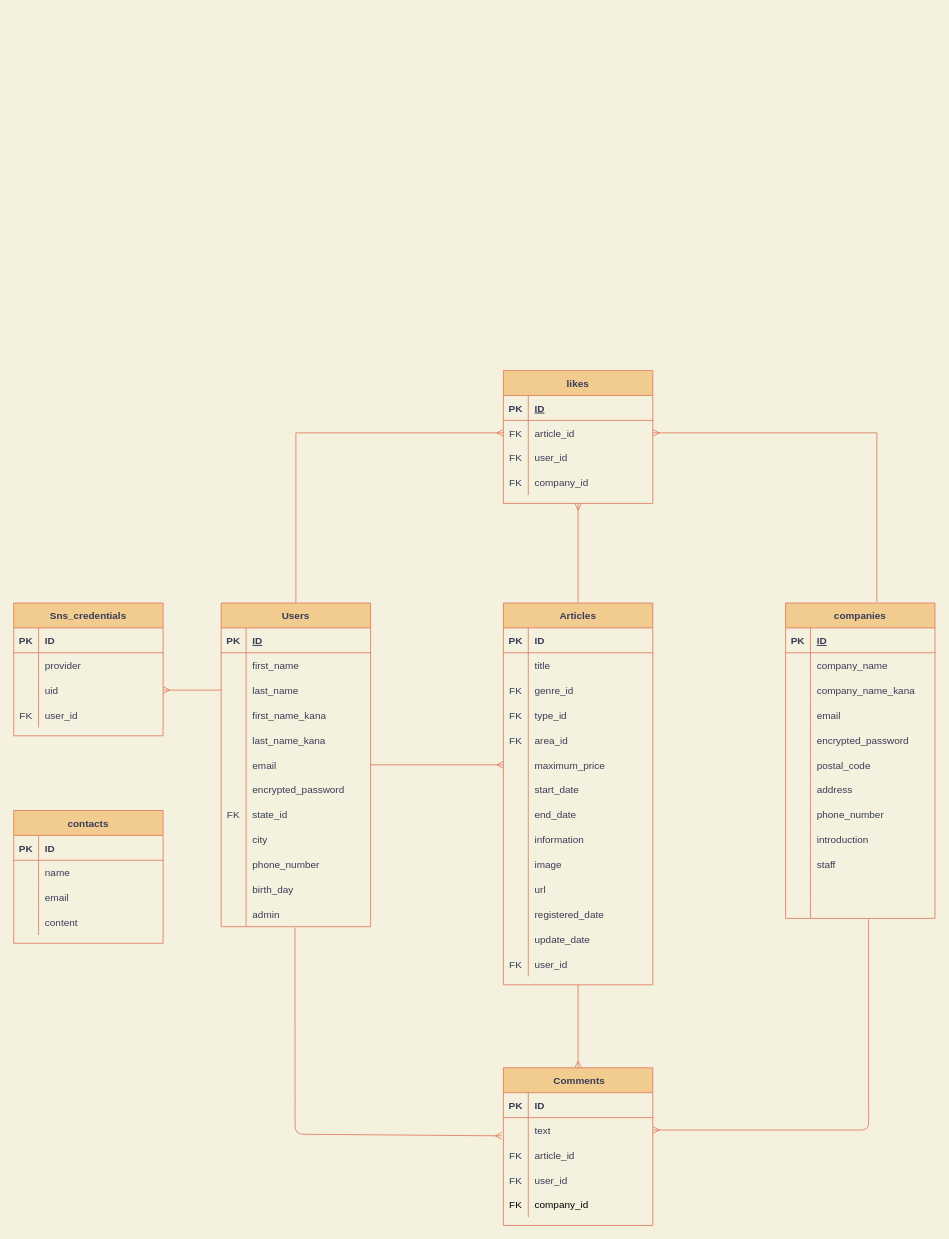
This is assist.dio from daichi1002/assist, a draw.io file, before an edit. Source tidied: cells renumbered, new cells numbered last; positions are measured from the earlier drawing's top-left corner, leaving out a move shared by most shapes. Both pictures are drawn from the tidied source at 83%, with x=0, y=0 at pixel (13, 370).
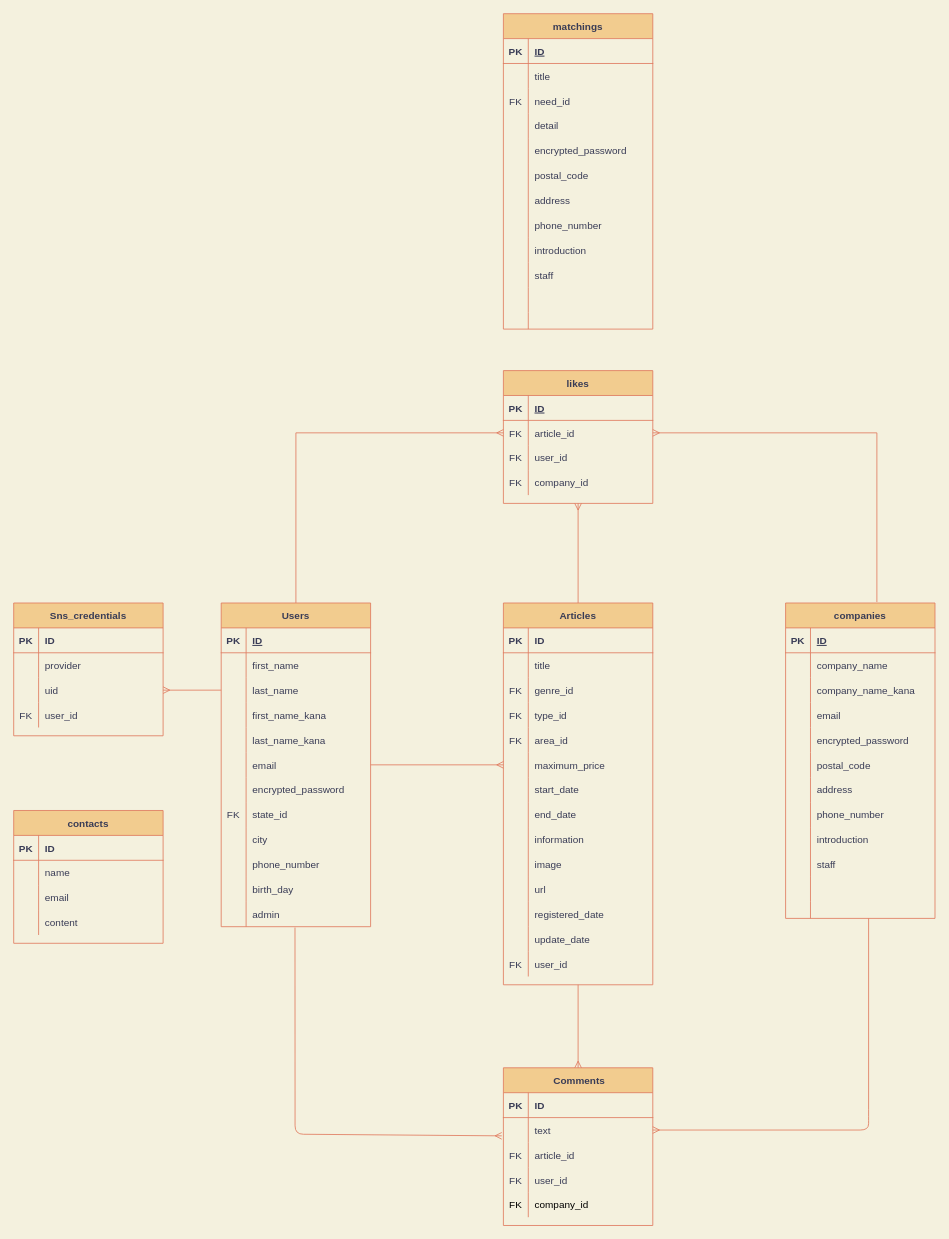
The same page after the edit.

Diff of the diagram source:
```diff
@@
+    <mxCell id="182" value="matchings" style="shape=table;startSize=30;childLayout=tableLayout;rowLines=0;fontStyle=1;align=center;fillColor=#F2CC8F;strokeColor=#E07A5F;fontColor=#393C56;" parent="1" vertex="1">
+      <mxGeometry x="590" y="-430" width="180" height="380" as="geometry" />
+    </mxCell>
+    <mxCell id="183" style="shape=partialRectangle;fillColor=none;top=0;left=0;bottom=1;right=0;strokeColor=#E07A5F;fontColor=#393C56;" parent="182" vertex="1">
+      <mxGeometry y="30" width="180" height="30" as="geometry" />
+    </mxCell>
+    <mxCell id="184" value="PK" style="shape=partialRectangle;fillColor=none;top=0;left=0;bottom=0;right=0;fontStyle=1;overflow=hidden;strokeColor=#E07A5F;fontColor=#393C56;" parent="183" vertex="1">
+      <mxGeometry width="30" height="30" as="geometry" />
+    </mxCell>
+    <mxCell id="185" value="ID" style="shape=partialRectangle;fillColor=none;top=0;left=0;bottom=0;right=0;align=left;spacingLeft=6;fontStyle=5;overflow=hidden;strokeColor=#E07A5F;fontColor=#393C56;" parent="183" vertex="1">
+      <mxGeometry x="30" width="150" height="30" as="geometry" />
+    </mxCell>
+    <mxCell id="186" style="shape=partialRectangle;fillColor=none;top=0;left=0;bottom=0;right=0;strokeColor=#E07A5F;fontColor=#393C56;" parent="182" vertex="1">
+      <mxGeometry y="60" width="180" height="30" as="geometry" />
+    </mxCell>
+    <mxCell id="187" style="shape=partialRectangle;fillColor=none;top=0;left=0;bottom=0;right=0;overflow=hidden;strokeColor=#E07A5F;fontColor=#393C56;" parent="186" vertex="1">
+      <mxGeometry width="30" height="30" as="geometry" />
+    </mxCell>
+    <mxCell id="188" value="title" style="shape=partialRectangle;fillColor=none;top=0;left=0;bottom=0;right=0;align=left;spacingLeft=6;overflow=hidden;strokeColor=#E07A5F;fontColor=#393C56;" parent="186" vertex="1">
+      <mxGeometry x="30" width="150" height="30" as="geometry" />
+    </mxCell>
+    <mxCell id="189" style="shape=partialRectangle;fillColor=none;top=0;left=0;bottom=0;right=0;strokeColor=#E07A5F;fontColor=#393C56;" parent="182" vertex="1">
+      <mxGeometry y="90" width="180" height="30" as="geometry" />
+    </mxCell>
+    <mxCell id="190" value="FK" style="shape=partialRectangle;fillColor=none;top=0;left=0;bottom=0;right=0;overflow=hidden;strokeColor=#E07A5F;fontColor=#393C56;" parent="189" vertex="1">
+      <mxGeometry width="30" height="30" as="geometry" />
+    </mxCell>
+    <mxCell id="191" value="need_id" style="shape=partialRectangle;fillColor=none;top=0;left=0;bottom=0;right=0;align=left;spacingLeft=6;overflow=hidden;strokeColor=#E07A5F;fontColor=#393C56;" parent="189" vertex="1">
+      <mxGeometry x="30" width="150" height="30" as="geometry" />
+    </mxCell>
+    <mxCell id="192" style="shape=partialRectangle;fillColor=none;top=0;left=0;bottom=0;right=0;strokeColor=#E07A5F;fontColor=#393C56;" parent="182" vertex="1">
+      <mxGeometry y="120" width="180" height="30" as="geometry" />
+    </mxCell>
+    <mxCell id="193" style="shape=partialRectangle;fillColor=none;top=0;left=0;bottom=0;right=0;overflow=hidden;strokeColor=#E07A5F;fontColor=#393C56;" parent="192" vertex="1">
+      <mxGeometry width="30" height="30" as="geometry" />
+    </mxCell>
+    <mxCell id="194" value="detail" style="shape=partialRectangle;fillColor=none;top=0;left=0;bottom=0;right=0;align=left;spacingLeft=6;overflow=hidden;strokeColor=#E07A5F;fontColor=#393C56;" parent="192" vertex="1">
+      <mxGeometry x="30" width="150" height="30" as="geometry" />
+    </mxCell>
+    <mxCell id="195" style="shape=partialRectangle;fillColor=none;top=0;left=0;bottom=0;right=0;strokeColor=#E07A5F;fontColor=#393C56;" parent="182" vertex="1">
+      <mxGeometry y="150" width="180" height="30" as="geometry" />
+    </mxCell>
+    <mxCell id="196" style="shape=partialRectangle;fillColor=none;top=0;left=0;bottom=0;right=0;overflow=hidden;strokeColor=#E07A5F;fontColor=#393C56;" parent="195" vertex="1">
+      <mxGeometry width="30" height="30" as="geometry" />
+    </mxCell>
+    <mxCell id="197" value="encrypted_password" style="shape=partialRectangle;fillColor=none;top=0;left=0;bottom=0;right=0;align=left;spacingLeft=6;overflow=hidden;strokeColor=#E07A5F;fontColor=#393C56;" parent="195" vertex="1">
+      <mxGeometry x="30" width="150" height="30" as="geometry" />
+    </mxCell>
+    <mxCell id="198" style="shape=partialRectangle;fillColor=none;top=0;left=0;bottom=0;right=0;strokeColor=#E07A5F;fontColor=#393C56;" parent="182" vertex="1">
+      <mxGeometry y="180" width="180" height="30" as="geometry" />
+    </mxCell>
+    <mxCell id="199" style="shape=partialRectangle;fillColor=none;top=0;left=0;bottom=0;right=0;overflow=hidden;strokeColor=#E07A5F;fontColor=#393C56;" parent="198" vertex="1">
+      <mxGeometry width="30" height="30" as="geometry" />
+    </mxCell>
+    <mxCell id="200" value="postal_code" style="shape=partialRectangle;fillColor=none;top=0;left=0;bottom=0;right=0;align=left;spacingLeft=6;overflow=hidden;strokeColor=#E07A5F;fontColor=#393C56;" parent="198" vertex="1">
+      <mxGeometry x="30" width="150" height="30" as="geometry" />
+    </mxCell>
+    <mxCell id="201" style="shape=partialRectangle;fillColor=none;top=0;left=0;bottom=0;right=0;strokeColor=#E07A5F;fontColor=#393C56;" parent="182" vertex="1">
+      <mxGeometry y="210" width="180" height="30" as="geometry" />
+    </mxCell>
+    <mxCell id="202" style="shape=partialRectangle;fillColor=none;top=0;left=0;bottom=0;right=0;overflow=hidden;strokeColor=#E07A5F;fontColor=#393C56;" parent="201" vertex="1">
+      <mxGeometry width="30" height="30" as="geometry" />
+    </mxCell>
+    <mxCell id="203" value="address" style="shape=partialRectangle;fillColor=none;top=0;left=0;bottom=0;right=0;align=left;spacingLeft=6;overflow=hidden;strokeColor=#E07A5F;fontColor=#393C56;" parent="201" vertex="1">
+      <mxGeometry x="30" width="150" height="30" as="geometry" />
+    </mxCell>
+    <mxCell id="204" style="shape=partialRectangle;fillColor=none;top=0;left=0;bottom=0;right=0;strokeColor=#E07A5F;fontColor=#393C56;" parent="182" vertex="1">
+      <mxGeometry y="240" width="180" height="30" as="geometry" />
+    </mxCell>
+    <mxCell id="205" style="shape=partialRectangle;fillColor=none;top=0;left=0;bottom=0;right=0;overflow=hidden;strokeColor=#E07A5F;fontColor=#393C56;" parent="204" vertex="1">
+      <mxGeometry width="30" height="30" as="geometry" />
+    </mxCell>
+    <mxCell id="206" value="phone_number" style="shape=partialRectangle;fillColor=none;top=0;left=0;bottom=0;right=0;align=left;spacingLeft=6;overflow=hidden;strokeColor=#E07A5F;fontColor=#393C56;" parent="204" vertex="1">
+      <mxGeometry x="30" width="150" height="30" as="geometry" />
+    </mxCell>
+    <mxCell id="207" style="shape=partialRectangle;fillColor=none;top=0;left=0;bottom=0;right=0;strokeColor=#E07A5F;fontColor=#393C56;" parent="182" vertex="1">
+      <mxGeometry y="270" width="180" height="30" as="geometry" />
+    </mxCell>
+    <mxCell id="208" style="shape=partialRectangle;fillColor=none;top=0;left=0;bottom=0;right=0;overflow=hidden;strokeColor=#E07A5F;fontColor=#393C56;" parent="207" vertex="1">
+      <mxGeometry width="30" height="30" as="geometry" />
+    </mxCell>
+    <mxCell id="209" value="introduction" style="shape=partialRectangle;fillColor=none;top=0;left=0;bottom=0;right=0;align=left;spacingLeft=6;overflow=hidden;strokeColor=#E07A5F;fontColor=#393C56;" parent="207" vertex="1">
+      <mxGeometry x="30" width="150" height="30" as="geometry" />
+    </mxCell>
+    <mxCell id="210" style="shape=partialRectangle;fillColor=none;top=0;left=0;bottom=0;right=0;strokeColor=#E07A5F;fontColor=#393C56;" parent="182" vertex="1">
+      <mxGeometry y="300" width="180" height="30" as="geometry" />
+    </mxCell>
+    <mxCell id="211" style="shape=partialRectangle;fillColor=none;top=0;left=0;bottom=0;right=0;overflow=hidden;strokeColor=#E07A5F;fontColor=#393C56;" parent="210" vertex="1">
+      <mxGeometry width="30" height="30" as="geometry" />
+    </mxCell>
+    <mxCell id="212" value="staff" style="shape=partialRectangle;fillColor=none;top=0;left=0;bottom=0;right=0;align=left;spacingLeft=6;overflow=hidden;strokeColor=#E07A5F;fontColor=#393C56;" parent="210" vertex="1">
+      <mxGeometry x="30" width="150" height="30" as="geometry" />
+    </mxCell>
+    <mxCell id="213" style="shape=partialRectangle;fillColor=none;top=0;left=0;bottom=0;right=0;strokeColor=#E07A5F;fontColor=#393C56;" parent="182" vertex="1">
+      <mxGeometry y="330" width="180" height="30" as="geometry" />
+    </mxCell>
+    <mxCell id="214" style="shape=partialRectangle;fillColor=none;top=0;left=0;bottom=0;right=0;fontStyle=0;overflow=hidden;strokeColor=#E07A5F;fontColor=#393C56;" parent="213" vertex="1">
+      <mxGeometry width="30" height="30" as="geometry" />
+    </mxCell>
+    <mxCell id="215" style="shape=partialRectangle;fillColor=none;top=0;left=0;bottom=0;right=0;align=left;spacingLeft=6;fontStyle=0;overflow=hidden;strokeColor=#E07A5F;fontColor=#393C56;" parent="213" vertex="1">
+      <mxGeometry x="30" width="150" height="30" as="geometry" />
+    </mxCell>
+    <mxCell id="216" style="shape=partialRectangle;fillColor=none;top=0;left=0;bottom=0;right=0;strokeColor=#E07A5F;fontColor=#393C56;" parent="182" vertex="1">
+      <mxGeometry y="360" width="180" height="20" as="geometry" />
+    </mxCell>
+    <mxCell id="217" style="shape=partialRectangle;fillColor=none;top=0;left=0;bottom=0;right=0;fontStyle=0;overflow=hidden;strokeColor=#E07A5F;fontColor=#393C56;" parent="216" vertex="1">
+      <mxGeometry width="30" height="20" as="geometry" />
+    </mxCell>
+    <mxCell id="218" style="shape=partialRectangle;fillColor=none;top=0;left=0;bottom=0;right=0;align=left;spacingLeft=6;fontStyle=0;overflow=hidden;strokeColor=#E07A5F;fontColor=#393C56;" parent="216" vertex="1">
+      <mxGeometry x="30" width="150" height="20" as="geometry" />
+    </mxCell>
```
